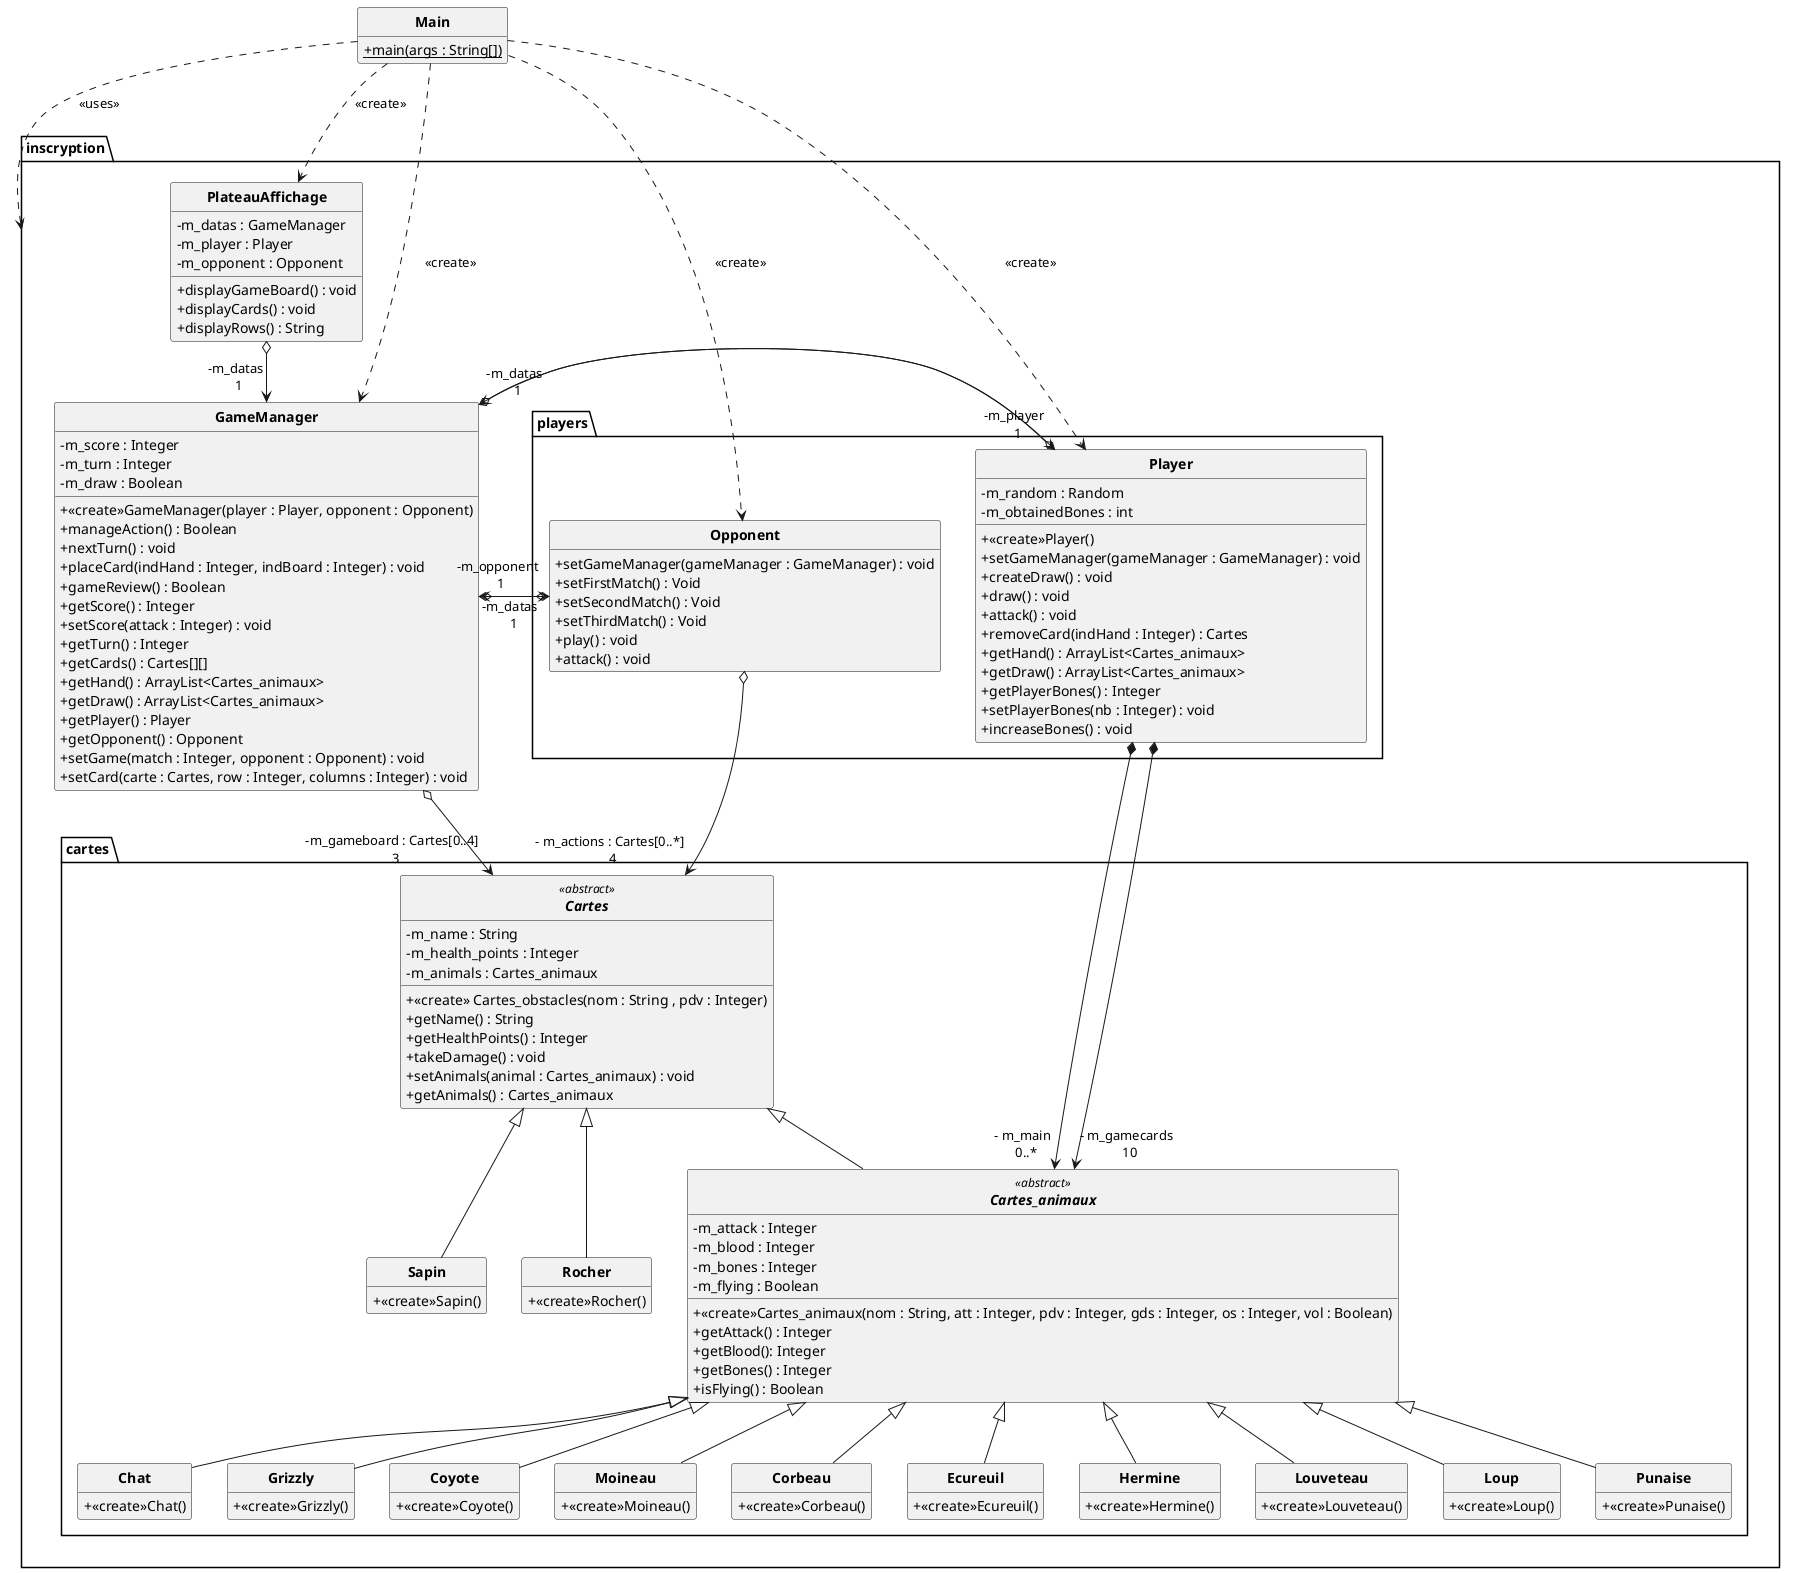
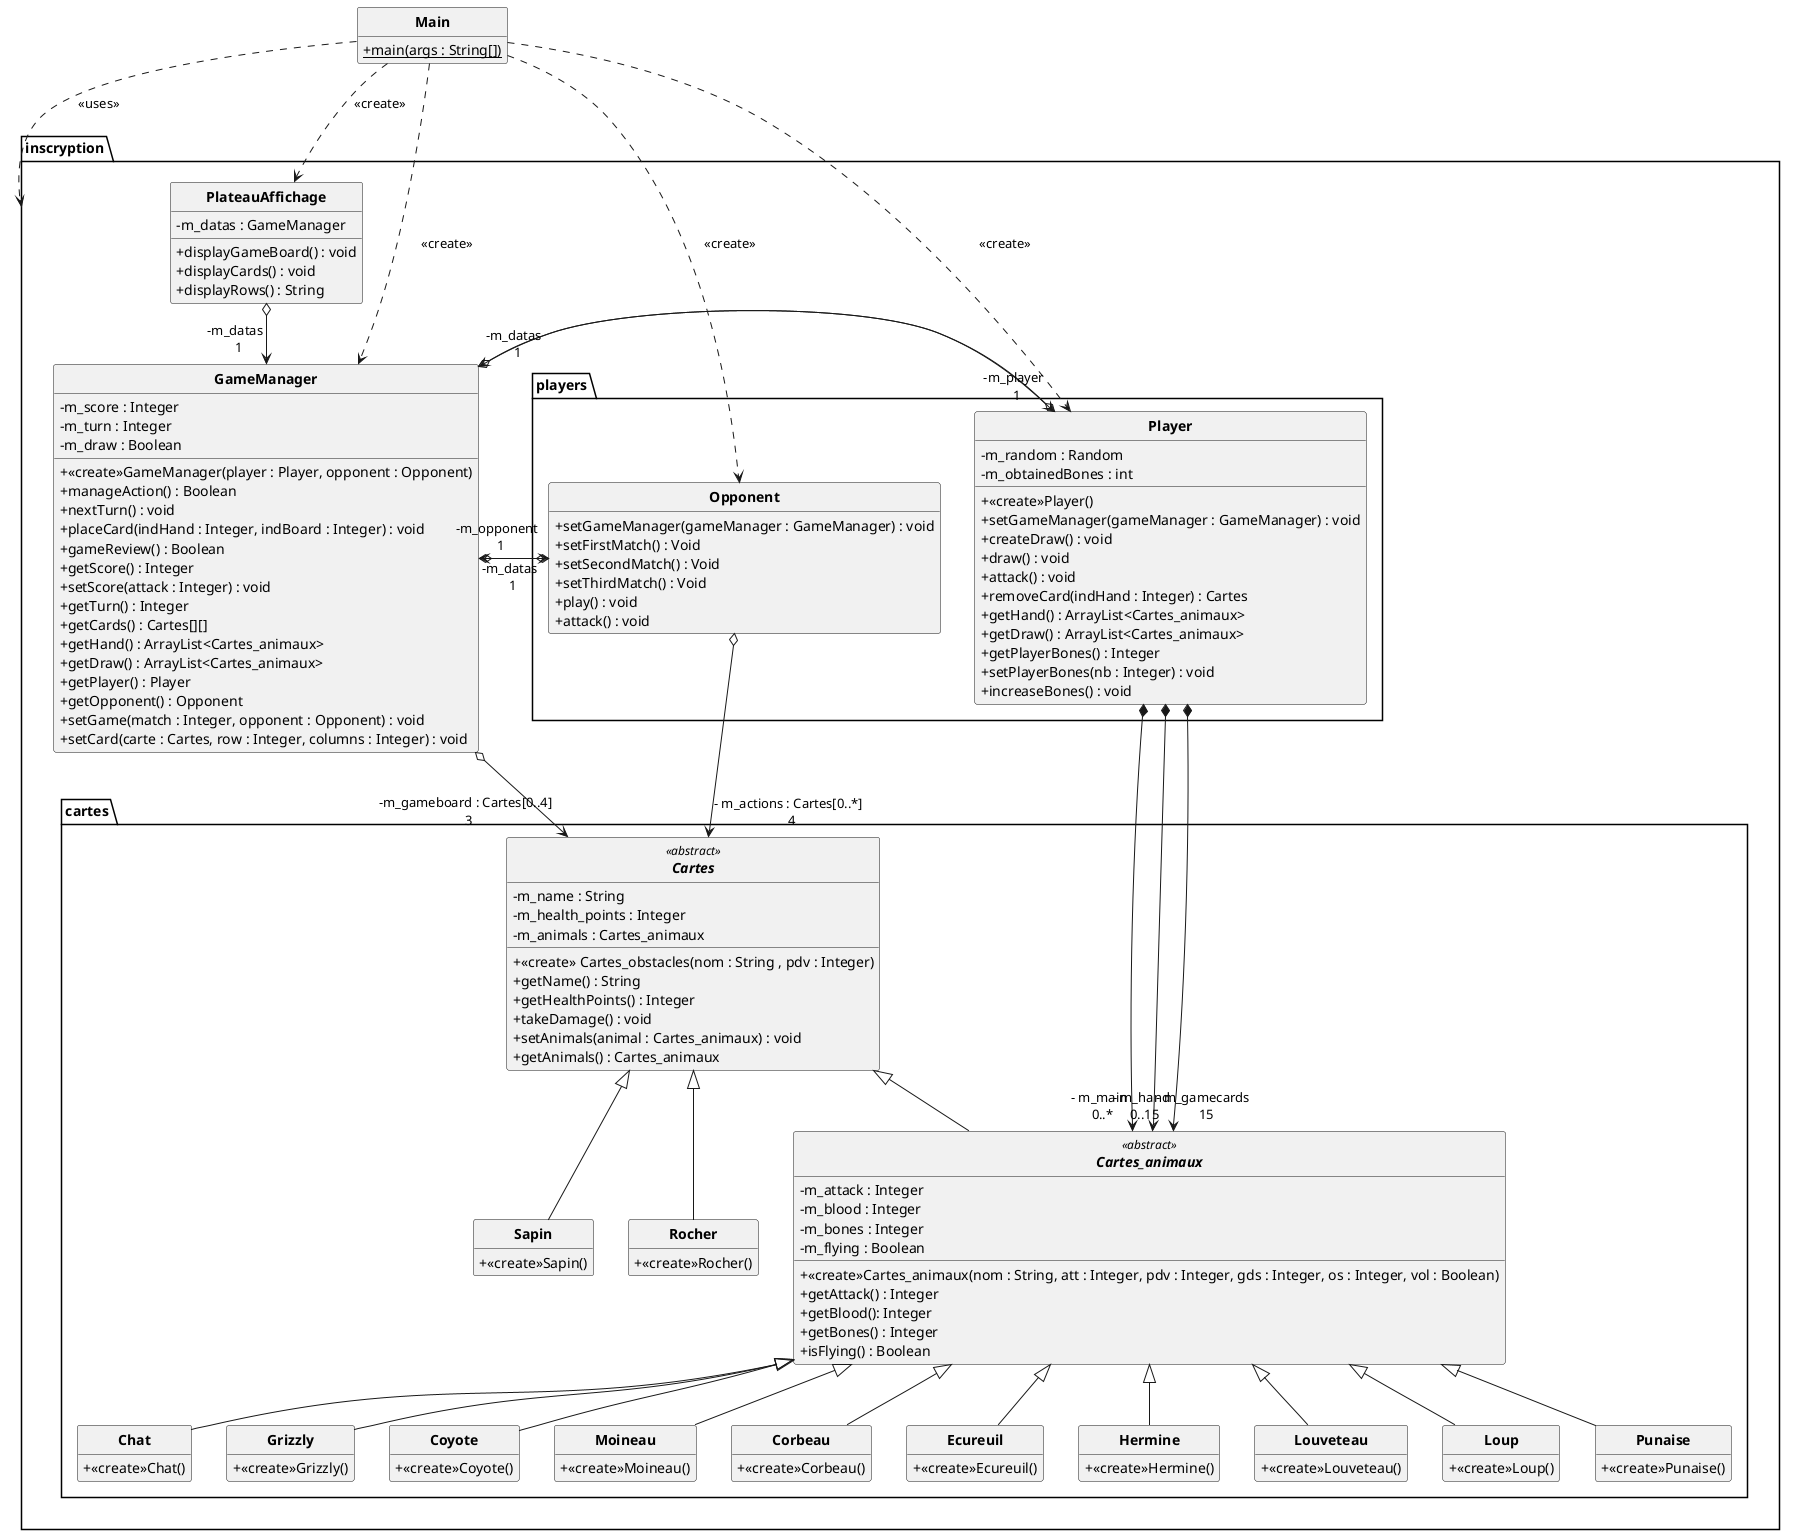
@startuml
'https://plantuml.com/class-diagram

skinparam classAttributeIconSize 0
skinparam classFontStyle Bold
skinparam style strictuml
hide empty members

class Main {
    +{static}main(args : String[])
}

package inscryption
{
    class PlateauAffichage {
            - m_datas : GameManager
-             - m_player : Player
-             - m_opponent : Opponent
            + displayGameBoard() : void
            + displayCards() : void
            + displayRows() : String

        }

        class GameManager {
            -m_score : Integer
            -m_turn : Integer
            -m_draw : Boolean

            +<<create>>GameManager(player : Player, opponent : Opponent)
            +manageAction() : Boolean
            +nextTurn() : void
            +placeCard(indHand : Integer, indBoard : Integer) : void
            +gameReview() : Boolean
            +getScore() : Integer
            +setScore(attack : Integer) : void
            +getTurn() : Integer
            +getCards() : Cartes[][]
            +getHand() : ArrayList<Cartes_animaux>
            +getDraw() : ArrayList<Cartes_animaux>
            +getPlayer() : Player
            +getOpponent() : Opponent
            +setGame(match : Integer, opponent : Opponent) : void
            +setCard(carte : Cartes, row : Integer, columns : Integer) : void
        }

        package players {

        class Player {
            -m_random : Random
            -m_obtainedBones : int
            +<<create>>Player()
             +setGameManager(gameManager : GameManager) : void
             +createDraw() : void
             +draw() : void
             +attack() : void
             +removeCard(indHand : Integer) : Cartes
             +getHand() : ArrayList<Cartes_animaux>
             +getDraw() : ArrayList<Cartes_animaux>
             +getPlayerBones() : Integer
             +setPlayerBones(nb : Integer) : void
             +increaseBones() : void

        }



        class Opponent {

            +setGameManager(gameManager : GameManager) : void
            + setFirstMatch() : Void
            + setSecondMatch() : Void
            + setThirdMatch() : Void
            + play() : void
            +attack() : void

        }


        }



    package cartes {

        abstract class Cartes <<abstract>>{
            -m_name : String
            -m_health_points : Integer
            -m_animals : Cartes_animaux
            +<<create>> Cartes_obstacles(nom : String , pdv : Integer)
            +getName() : String
            +getHealthPoints() : Integer
            +takeDamage() : void
            +setAnimals(animal : Cartes_animaux) : void
            +getAnimals() : Cartes_animaux

        }

        abstract class Cartes_animaux<<abstract>> extends Cartes{
        -m_attack : Integer
        -m_blood : Integer
        -m_bones : Integer
        -m_flying : Boolean
        +<<create>>Cartes_animaux(nom : String, att : Integer, pdv : Integer, gds : Integer, os : Integer, vol : Boolean)
        +getAttack() : Integer
        +getBlood(): Integer
        +getBones() : Integer
        +isFlying() : Boolean
        }
        class Chat extends Cartes_animaux{
            +<<create>>Chat()
        }
        class Grizzly extends Cartes_animaux{
            +<<create>>Grizzly()
        }
        class Coyote extends Cartes_animaux{
            +<<create>>Coyote()
        }
        class Moineau extends Cartes_animaux{
            +<<create>>Moineau()
        }
        class Corbeau extends Cartes_animaux{
            +<<create>>Corbeau()
        }
        class Ecureuil extends Cartes_animaux{
            +<<create>>Ecureuil()
        }
        class Hermine extends Cartes_animaux{
            +<<create>>Hermine()
        }
        class Louveteau extends Cartes_animaux{
            +<<create>>Louveteau()
        }
        class Loup extends Cartes_animaux{
            +<<create>>Loup()
        }
        class Punaise extends Cartes_animaux{
            +<<create>>Punaise()
        }
        class Rocher extends Cartes{
            +<<create>>Rocher()
        }
        class Sapin extends Cartes{
            +<<create>>Sapin()
        }
    }
}


Player *--> "- m_main \n 0..*" Cartes_animaux
- Player *--> "- m_gamecards \n 10" Cartes_animaux
+ Player *--> "- m_gamecards \n 15" Cartes_animaux
+ Player *--> "- m_hand \n 0..15" Cartes_animaux
Player o--> "-m_datas \n 1" GameManager
Opponent o--> "- m_actions : Cartes[0..*] \n 4" Cartes
Opponent o--> "-m_datas \n 1" GameManager
GameManager o--> "-m_player \n 1" Player
GameManager o--> "-m_opponent \n 1" Opponent
GameManager o--> "-m_gameboard : Cartes[0..4] \n 3" Cartes
PlateauAffichage o--> "-m_datas \n 1" GameManager
Main .-> PlateauAffichage : <<create>>
Main .-> GameManager : <<create>>
Main .-> Player : <<create>>
Main .-> Opponent : <<create>>
Main .-> inscryption : <<uses>>
@enduml
